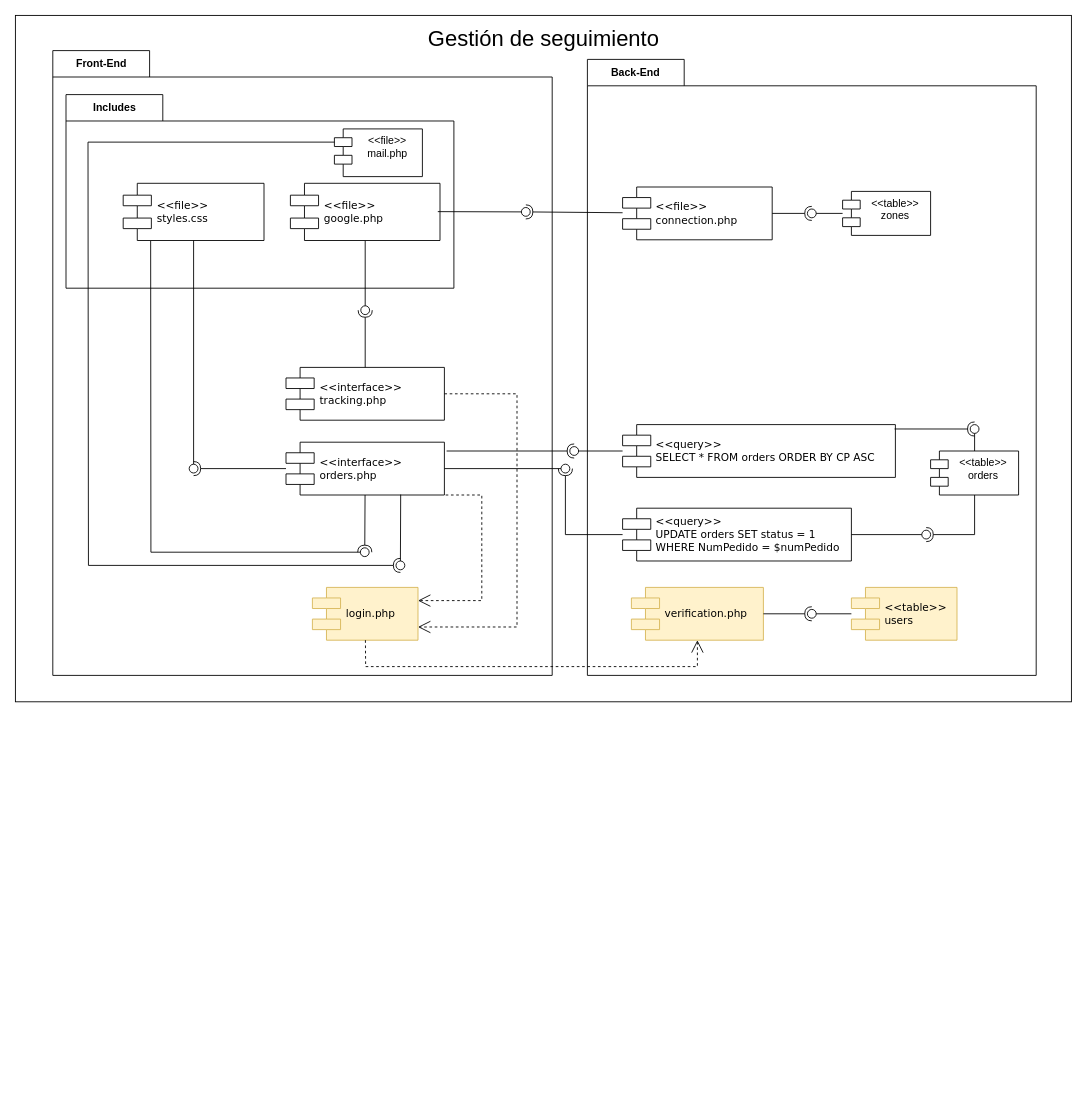
JorgeADnro/Torres keeps this draw.io diagram as Diagramas/DiagramaComponentes.drawio. Above is the earlier version. Source tidied: cells renumbered, new cells numbered last; positions are measured from the earlier drawing's top-left corner, leaving out a move shared by most shapes. Both pictures are drawn from the tidied source at 88%, with x=0, y=0 at pixel (15, 15).
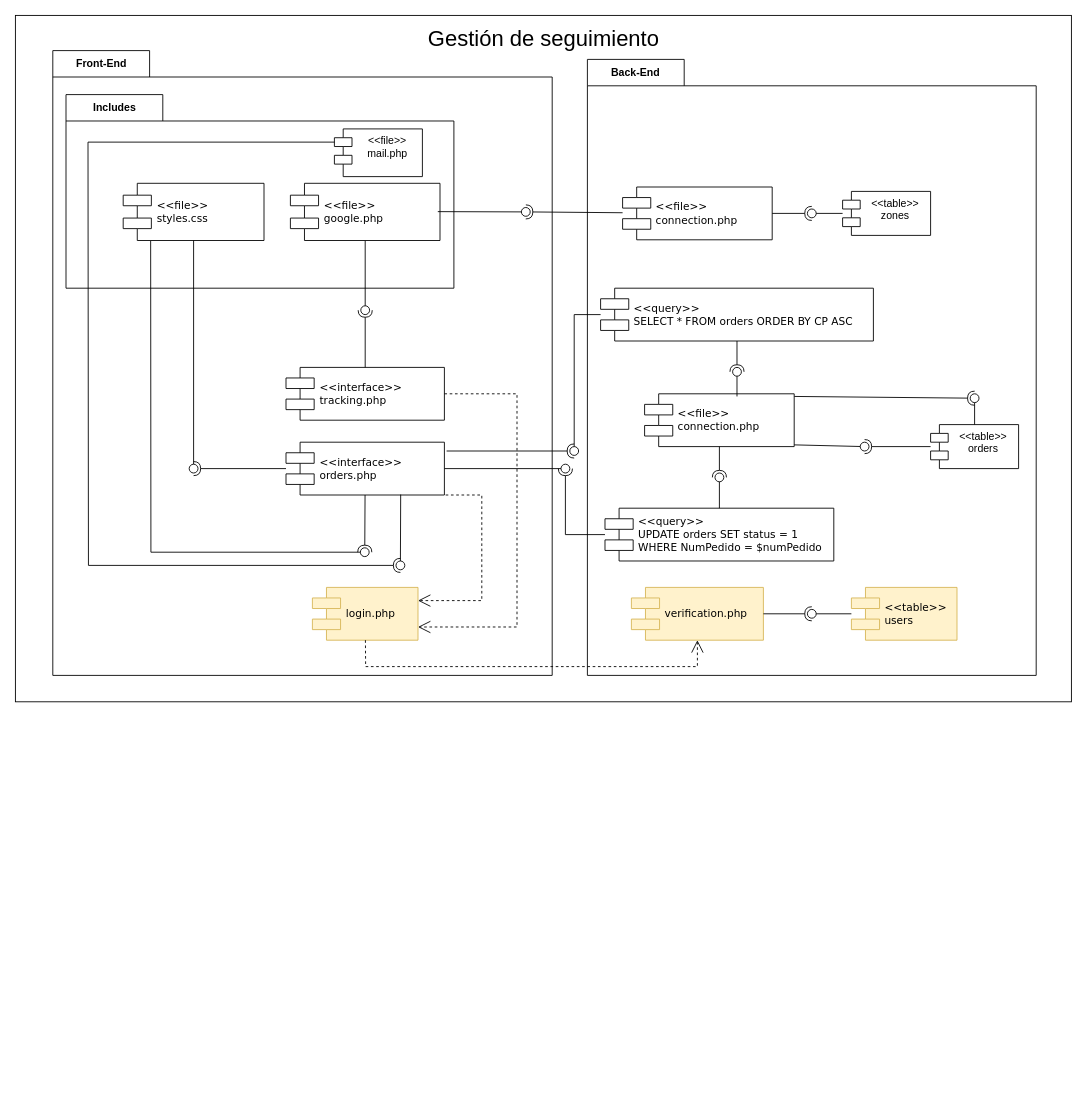
The same page after the edit.

The change refers to these unchanged cells:
```xml
<mxCell id="25" value="Back-End" style="shape=folder;fontStyle=1;tabWidth=110;tabHeight=30;tabPosition=left;html=1;boundedLbl=1;labelInHeader=1;whiteSpace=wrap;" parent="1" vertex="1">
  <mxGeometry x="650" y="50" width="510" height="700" as="geometry" />
</mxCell>
<mxCell id="54" style="ellipse;whiteSpace=wrap;html=1;align=center;fillColor=none;strokeColor=none;perimeter=centerPerimeter;points=[];outlineConnect=1;" parent="1" vertex="1">
  <mxGeometry x="630" y="490" width="10" height="10" as="geometry" />
</mxCell>
```

What changed in the source:
```diff
@@
     <mxCell id="28" value="&amp;lt;&amp;lt;table&amp;gt;&amp;gt;&lt;br&gt;orders" style="shape=module;align=left;spacingLeft=20;align=center;verticalAlign=top;whiteSpace=wrap;html=1;" parent="25" vertex="1">
-      <mxGeometry x="390" y="445" width="100" height="50" as="geometry" />
+      <mxGeometry x="390" y="415" width="100" height="50" as="geometry" />
     </mxCell>
@@
     <mxCell id="30" value="&amp;lt;&amp;lt;query&amp;gt;&amp;gt;&lt;br&gt;SELECT * FROM orders ORDER BY CP ASC" style="shape=component;align=left;spacingLeft=36;rounded=0;shadow=0;comic=0;labelBackgroundColor=none;strokeWidth=1;fontFamily=Verdana;fontSize=12;html=1;" parent="25" vertex="1">
-      <mxGeometry x="40" y="415" width="310" height="60" as="geometry" />
+      <mxGeometry x="15" y="260" width="310" height="60" as="geometry" />
     </mxCell>
@@
     <mxCell id="39" value="&amp;lt;&amp;lt;query&amp;gt;&amp;gt;&lt;br&gt;UPDATE orders SET status = 1&lt;br&gt;WHERE NumPedido = $numPedido" style="shape=component;align=left;spacingLeft=36;rounded=0;shadow=0;comic=0;labelBackgroundColor=none;strokeWidth=1;fontFamily=Verdana;fontSize=12;html=1;" parent="25" vertex="1">
-      <mxGeometry x="40" y="510" width="260" height="60" as="geometry" />
+      <mxGeometry x="20" y="510" width="260" height="60" as="geometry" />
     </mxCell>
     <mxCell id="40" style="rounded=0;jettySize=auto;html=1;endArrow=halfCircle;endFill=0;endSize=6;strokeWidth=1;sketch=0;" parent="25" edge="1" source="28" target="42">
-      <mxGeometry relative="1" as="geometry">
-        <Array as="points">
-          <mxPoint x="440" y="540" />
-        </Array>
-      </mxGeometry>
+      <mxGeometry relative="1" as="geometry" />
     </mxCell>
-    <mxCell id="41" style="rounded=0;jettySize=auto;html=1;endArrow=oval;endFill=0;sketch=0;sourcePerimeterSpacing=0;targetPerimeterSpacing=0;endSize=10;" parent="25" edge="1" source="39" target="42">
+    <mxCell id="41" style="rounded=0;jettySize=auto;html=1;endArrow=oval;endFill=0;sketch=0;sourcePerimeterSpacing=0;targetPerimeterSpacing=0;endSize=10;exitX=0.994;exitY=0.967;exitDx=0;exitDy=0;exitPerimeter=0;" parent="25" edge="1" source="61" target="42">
       <mxGeometry relative="1" as="geometry" />
     </mxCell>
     <mxCell id="42" style="ellipse;whiteSpace=wrap;html=1;align=center;fillColor=none;strokeColor=none;perimeter=centerPerimeter;points=[];outlineConnect=1;" parent="25" vertex="1">
-      <mxGeometry x="380" y="535" width="10" height="10" as="geometry" />
+      <mxGeometry x="310" y="435" width="10" height="10" as="geometry" />
     </mxCell>
-    <mxCell id="43" style="rounded=0;jettySize=auto;html=1;endArrow=halfCircle;endFill=0;endSize=6;strokeWidth=1;sketch=0;exitX=0.997;exitY=0.083;exitDx=0;exitDy=0;exitPerimeter=0;" parent="25" edge="1" source="30" target="45">
+    <mxCell id="43" style="rounded=0;jettySize=auto;html=1;endArrow=halfCircle;endFill=0;endSize=6;strokeWidth=1;sketch=0;exitX=1;exitY=0.05;exitDx=0;exitDy=0;exitPerimeter=0;" parent="25" edge="1" source="61" target="45">
       <mxGeometry relative="1" as="geometry" />
     </mxCell>
@@
     <mxCell id="45" style="ellipse;whiteSpace=wrap;html=1;align=center;fillColor=none;strokeColor=none;perimeter=centerPerimeter;points=[];outlineConnect=1;" parent="25" vertex="1">
-      <mxGeometry x="435" y="415" width="10" height="10" as="geometry" />
+      <mxGeometry x="435" y="380" width="10" height="10" as="geometry" />
     </mxCell>
+    <mxCell id="61" value="&amp;lt;&amp;lt;file&amp;gt;&amp;gt;&lt;br&gt;connection.php" style="shape=component;align=left;spacingLeft=36;rounded=0;shadow=0;comic=0;labelBackgroundColor=none;strokeWidth=1;fontFamily=Verdana;fontSize=12;html=1;" parent="25" vertex="1">
+      <mxGeometry x="65" y="380" width="170" height="60" as="geometry" />
+    </mxCell>
+    <mxCell id="62" style="rounded=0;jettySize=auto;html=1;endArrow=halfCircle;endFill=0;endSize=6;strokeWidth=1;sketch=0;" parent="25" edge="1" source="30" target="64">
+      <mxGeometry relative="1" as="geometry" />
+    </mxCell>
+    <mxCell id="63" style="rounded=0;jettySize=auto;html=1;endArrow=oval;endFill=0;sketch=0;sourcePerimeterSpacing=0;targetPerimeterSpacing=0;endSize=10;" parent="25" edge="1" target="64">
+      <mxGeometry relative="1" as="geometry">
+        <mxPoint x="170" y="383" as="sourcePoint" />
+      </mxGeometry>
+    </mxCell>
+    <mxCell id="64" style="ellipse;whiteSpace=wrap;html=1;align=center;fillColor=none;strokeColor=none;perimeter=centerPerimeter;points=[];outlineConnect=1;" parent="25" vertex="1">
+      <mxGeometry x="165" y="350" width="10" height="10" as="geometry" />
+    </mxCell>
+    <mxCell id="65" style="rounded=0;jettySize=auto;html=1;endArrow=halfCircle;endFill=0;endSize=6;strokeWidth=1;sketch=0;" parent="25" edge="1" source="61" target="67">
+      <mxGeometry relative="1" as="geometry" />
+    </mxCell>
+    <mxCell id="66" style="rounded=0;jettySize=auto;html=1;endArrow=oval;endFill=0;sketch=0;sourcePerimeterSpacing=0;targetPerimeterSpacing=0;endSize=10;" parent="25" edge="1" source="39" target="67">
+      <mxGeometry relative="1" as="geometry" />
+    </mxCell>
+    <mxCell id="67" style="ellipse;whiteSpace=wrap;html=1;align=center;fillColor=none;strokeColor=none;perimeter=centerPerimeter;points=[];outlineConnect=1;" parent="25" vertex="1">
+      <mxGeometry x="145" y="470" width="10" height="10" as="geometry" />
+    </mxCell>
@@
     <mxCell id="53" style="rounded=0;jettySize=auto;html=1;endArrow=oval;endFill=0;sketch=0;sourcePerimeterSpacing=0;targetPerimeterSpacing=0;endSize=10;" parent="1" edge="1" source="30" target="54">
-      <mxGeometry relative="1" as="geometry" />
+      <mxGeometry relative="1" as="geometry">
+        <Array as="points">
+          <mxPoint x="635" y="340" />
+        </Array>
+      </mxGeometry>
     </mxCell>
```
